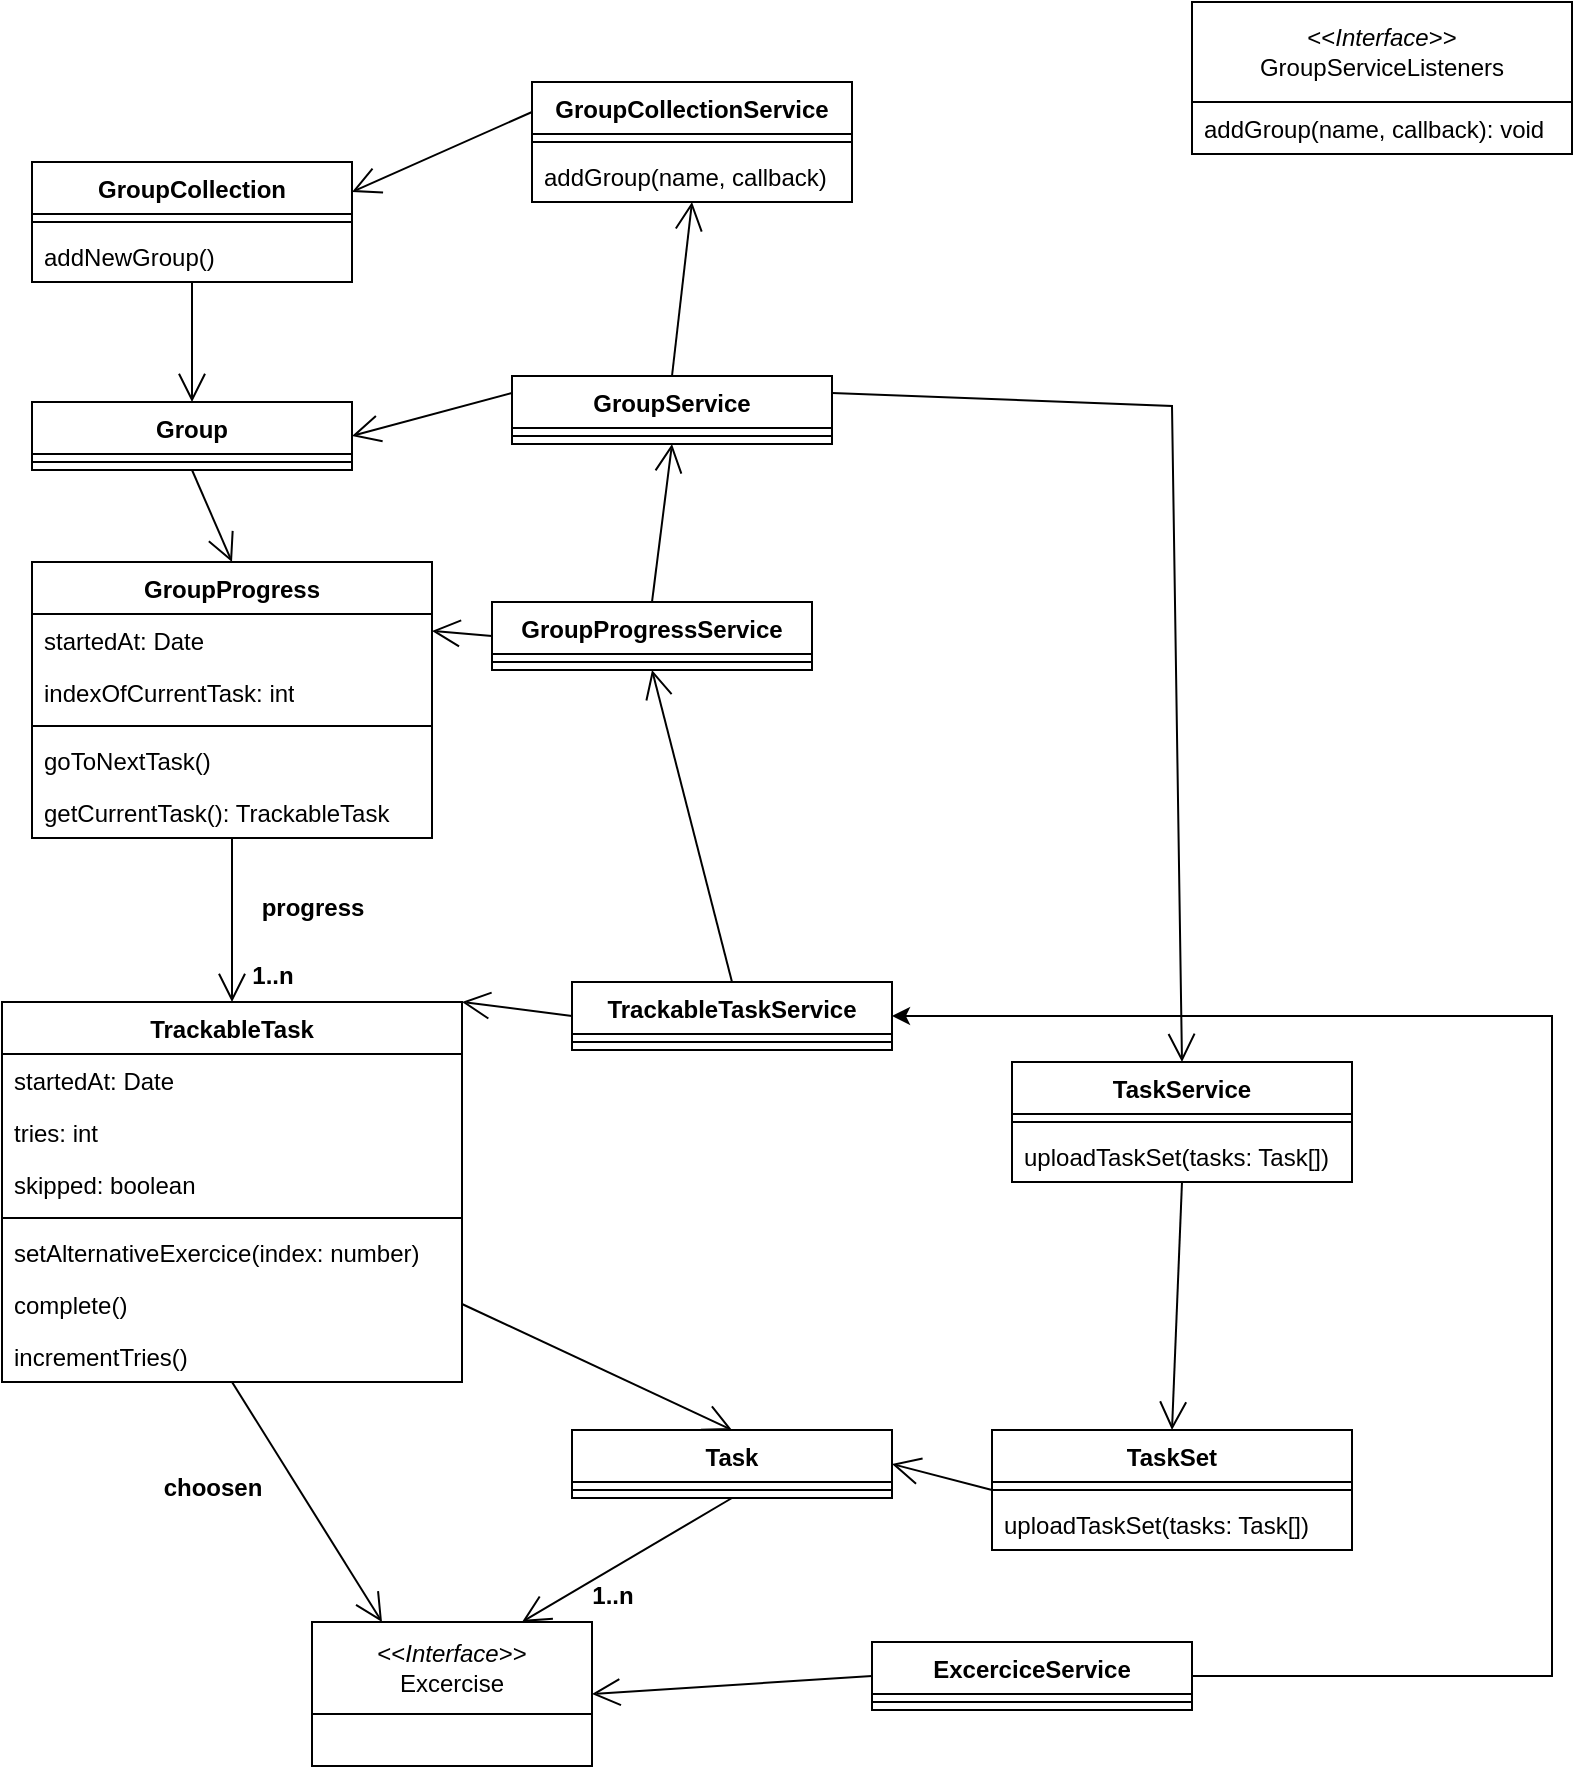
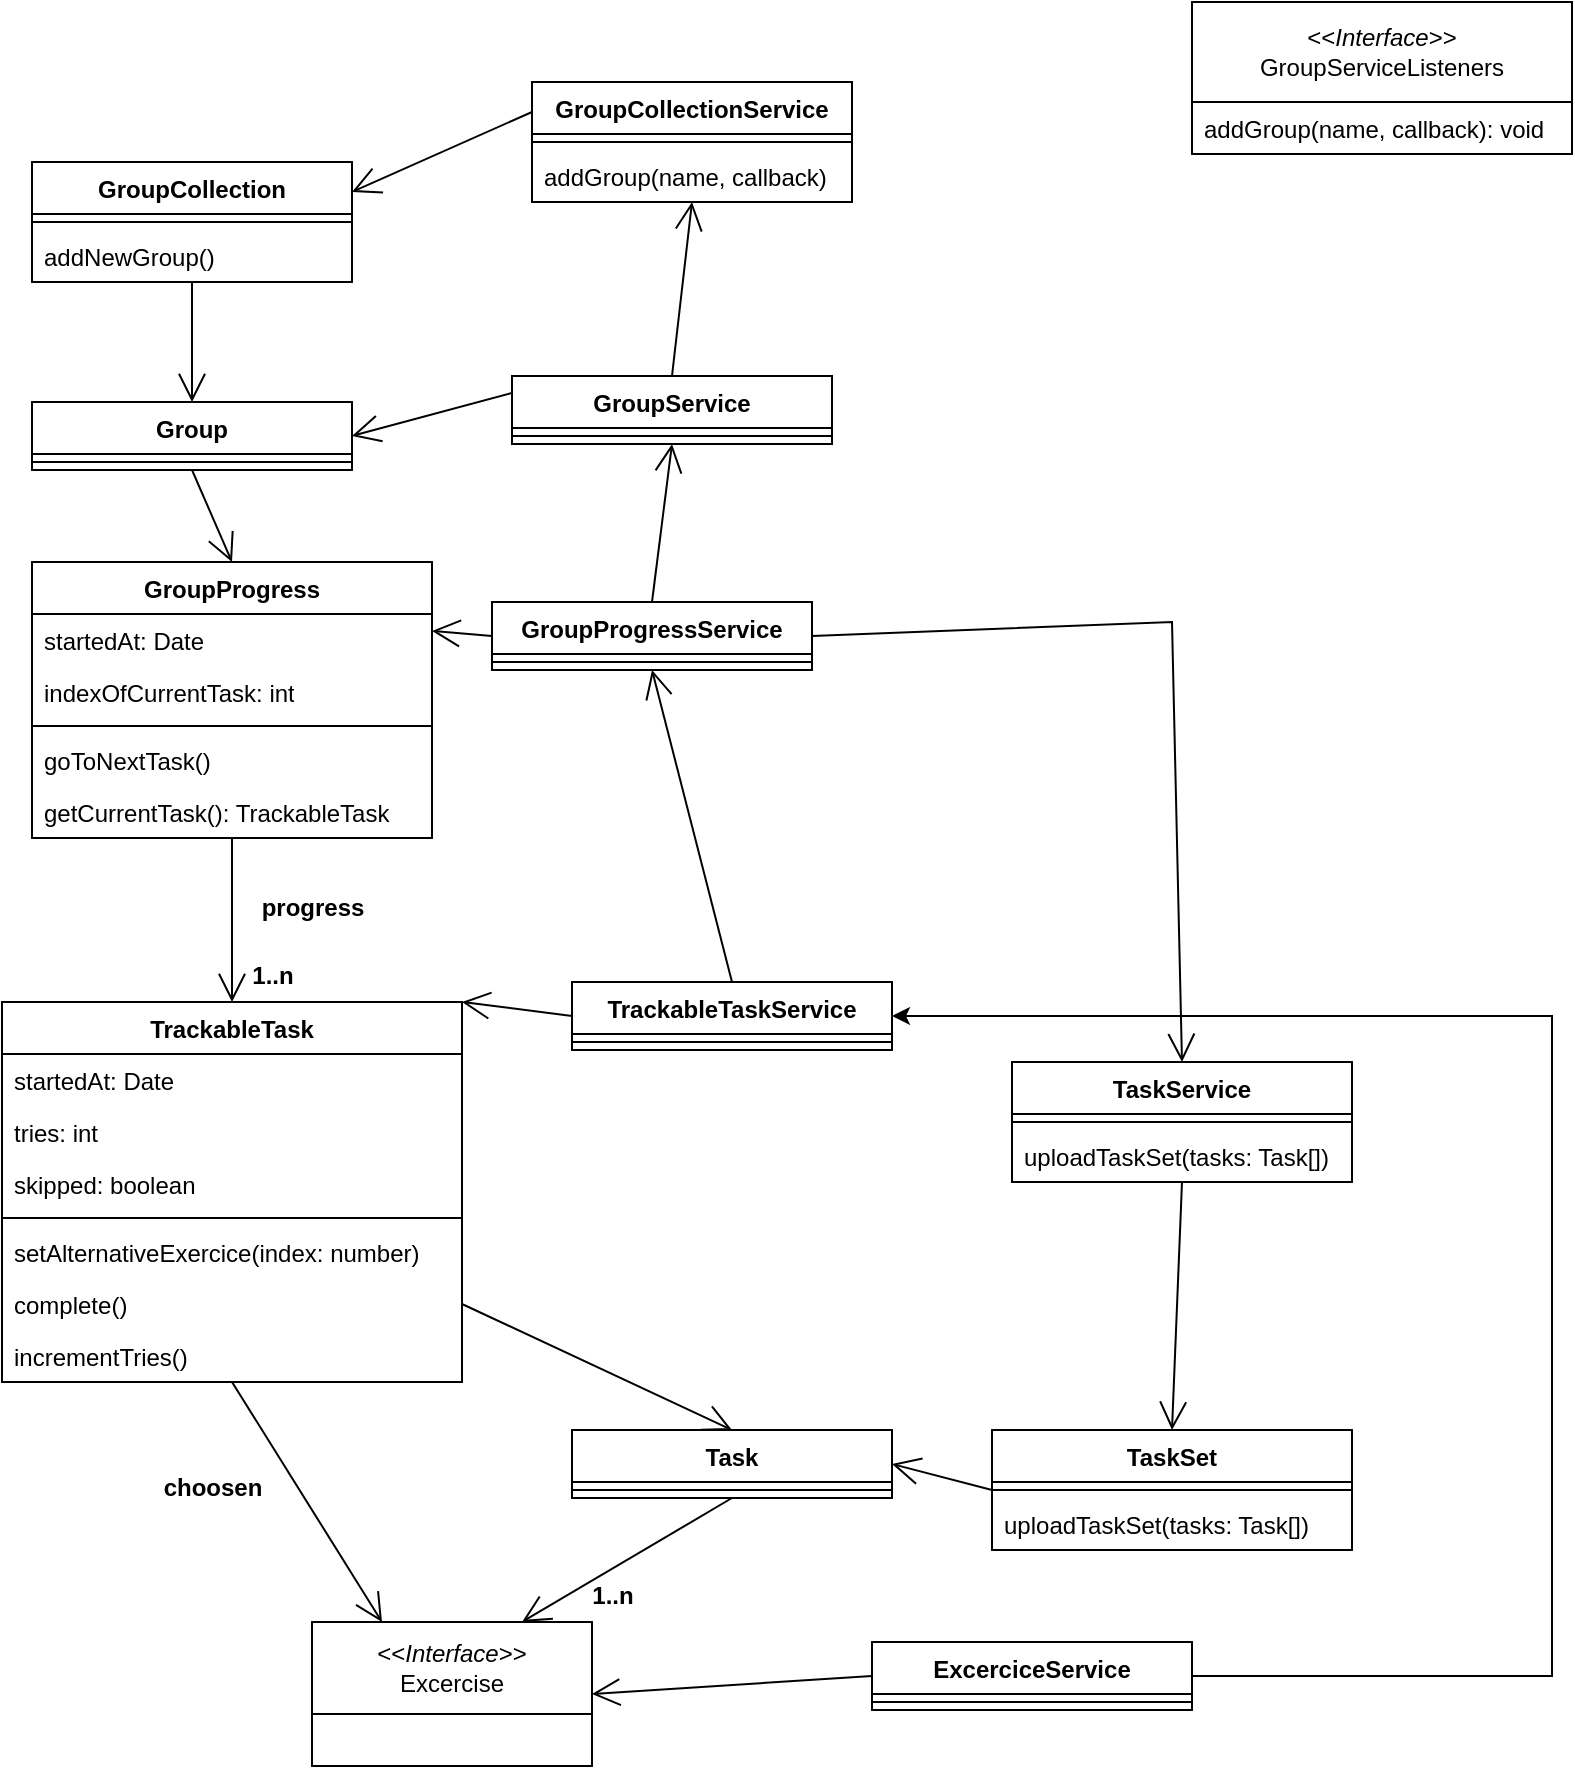
<mxfile host="app.diagrams.net" agent="Mozilla/5.0 (Windows NT 10.0; Win64; x64; rv:133.0) Gecko/20100101 Firefox/133.0" version="25.0.3">
  <diagram id="C5RBs43oDa-KdzZeNtuy" name="Page-1">
-     <mxGraphModel dx="588" dy="341" grid="1" gridSize="10" guides="1" tooltips="1" connect="1" arrows="1" fold="1" page="1" pageScale="1" pageWidth="827" pageHeight="1169" math="0" shadow="0">
+     <mxGraphModel dx="882" dy="512" grid="1" gridSize="10" guides="1" tooltips="1" connect="1" arrows="1" fold="1" page="1" pageScale="1" pageWidth="827" pageHeight="1169" math="0" shadow="0">
      <root>
        <mxCell id="WIyWlLk6GJQsqaUBKTNV-0" />
        <mxCell id="WIyWlLk6GJQsqaUBKTNV-1" parent="WIyWlLk6GJQsqaUBKTNV-0" />
        <mxCell id="2PPdx7-YqYG3QhNQI_HN-14" value="GroupService" style="swimlane;fontStyle=1;align=center;verticalAlign=top;childLayout=stackLayout;horizontal=1;startSize=26;horizontalStack=0;resizeParent=1;resizeParentMax=0;resizeLast=0;collapsible=1;marginBottom=0;whiteSpace=wrap;html=1;" parent="WIyWlLk6GJQsqaUBKTNV-1" vertex="1">
          <mxGeometry x="280" y="227" width="160" height="34" as="geometry" />
        </mxCell>
        <mxCell id="2PPdx7-YqYG3QhNQI_HN-16" value="" style="line;strokeWidth=1;fillColor=none;align=left;verticalAlign=middle;spacingTop=-1;spacingLeft=3;spacingRight=3;rotatable=0;labelPosition=right;points=[];portConstraint=eastwest;strokeColor=inherit;" parent="2PPdx7-YqYG3QhNQI_HN-14" vertex="1">
          <mxGeometry y="26" width="160" height="8" as="geometry" />
        </mxCell>
        <mxCell id="2PPdx7-YqYG3QhNQI_HN-24" value="&lt;div&gt;&amp;lt;&amp;lt;&lt;i&gt;Interface&lt;/i&gt;&amp;gt;&amp;gt;&lt;br&gt;&lt;/div&gt;&lt;div&gt;GroupServiceListeners&lt;/div&gt;" style="swimlane;fontStyle=0;childLayout=stackLayout;horizontal=1;startSize=50;fillColor=none;horizontalStack=0;resizeParent=1;resizeParentMax=0;resizeLast=0;collapsible=1;marginBottom=0;whiteSpace=wrap;html=1;" parent="WIyWlLk6GJQsqaUBKTNV-1" vertex="1">
          <mxGeometry x="620" y="40" width="190" height="76" as="geometry" />
        </mxCell>
        <mxCell id="2PPdx7-YqYG3QhNQI_HN-28" value="addGroup(name, callback): void" style="text;strokeColor=none;fillColor=none;align=left;verticalAlign=top;spacingLeft=4;spacingRight=4;overflow=hidden;rotatable=0;points=[[0,0.5],[1,0.5]];portConstraint=eastwest;whiteSpace=wrap;html=1;" parent="2PPdx7-YqYG3QhNQI_HN-24" vertex="1">
          <mxGeometry y="50" width="190" height="26" as="geometry" />
        </mxCell>
        <mxCell id="V3XAilx2oiw2KiiHJ0iP-3" value="" style="endArrow=open;endFill=1;endSize=12;html=1;rounded=0;exitX=0.5;exitY=1;exitDx=0;exitDy=0;entryX=0.5;entryY=0;entryDx=0;entryDy=0;" parent="WIyWlLk6GJQsqaUBKTNV-1" source="V3XAilx2oiw2KiiHJ0iP-96" target="V3XAilx2oiw2KiiHJ0iP-91" edge="1">
          <mxGeometry width="160" relative="1" as="geometry">
            <mxPoint x="260" y="170" as="sourcePoint" />
            <mxPoint x="280" y="270" as="targetPoint" />
          </mxGeometry>
        </mxCell>
        <mxCell id="V3XAilx2oiw2KiiHJ0iP-28" value="&lt;div&gt;&amp;lt;&amp;lt;&lt;i&gt;Interface&lt;/i&gt;&amp;gt;&amp;gt;&lt;/div&gt;&lt;div&gt;Excercise&lt;/div&gt;" style="swimlane;fontStyle=0;childLayout=stackLayout;horizontal=1;startSize=46;fillColor=none;horizontalStack=0;resizeParent=1;resizeParentMax=0;resizeLast=0;collapsible=1;marginBottom=0;whiteSpace=wrap;html=1;" parent="WIyWlLk6GJQsqaUBKTNV-1" vertex="1">
          <mxGeometry x="180" y="850" width="140" height="72" as="geometry" />
        </mxCell>
        <mxCell id="V3XAilx2oiw2KiiHJ0iP-44" value="choosen" style="text;align=center;fontStyle=1;verticalAlign=middle;spacingLeft=3;spacingRight=3;strokeColor=none;rotatable=0;points=[[0,0.5],[1,0.5]];portConstraint=eastwest;html=1;" parent="WIyWlLk6GJQsqaUBKTNV-1" vertex="1">
          <mxGeometry x="90" y="770" width="80" height="26" as="geometry" />
        </mxCell>
        <mxCell id="V3XAilx2oiw2KiiHJ0iP-63" value="" style="endArrow=open;endFill=1;endSize=12;html=1;rounded=0;entryX=0.5;entryY=0;entryDx=0;entryDy=0;exitX=0.5;exitY=1;exitDx=0;exitDy=0;" parent="WIyWlLk6GJQsqaUBKTNV-1" source="V3XAilx2oiw2KiiHJ0iP-86" target="V3XAilx2oiw2KiiHJ0iP-79" edge="1">
          <mxGeometry width="160" relative="1" as="geometry">
            <mxPoint x="140" y="480" as="sourcePoint" />
            <mxPoint x="120" y="510" as="targetPoint" />
          </mxGeometry>
        </mxCell>
        <mxCell id="V3XAilx2oiw2KiiHJ0iP-65" value="Task" style="swimlane;fontStyle=1;align=center;verticalAlign=top;childLayout=stackLayout;horizontal=1;startSize=26;horizontalStack=0;resizeParent=1;resizeParentMax=0;resizeLast=0;collapsible=1;marginBottom=0;whiteSpace=wrap;html=1;" parent="WIyWlLk6GJQsqaUBKTNV-1" vertex="1">
          <mxGeometry x="310" y="754" width="160" height="34" as="geometry" />
        </mxCell>
        <mxCell id="V3XAilx2oiw2KiiHJ0iP-67" value="" style="line;strokeWidth=1;fillColor=none;align=left;verticalAlign=middle;spacingTop=-1;spacingLeft=3;spacingRight=3;rotatable=0;labelPosition=right;points=[];portConstraint=eastwest;strokeColor=inherit;" parent="V3XAilx2oiw2KiiHJ0iP-65" vertex="1">
          <mxGeometry y="26" width="160" height="8" as="geometry" />
        </mxCell>
        <mxCell id="V3XAilx2oiw2KiiHJ0iP-72" value="TaskSet" style="swimlane;fontStyle=1;align=center;verticalAlign=top;childLayout=stackLayout;horizontal=1;startSize=26;horizontalStack=0;resizeParent=1;resizeParentMax=0;resizeLast=0;collapsible=1;marginBottom=0;whiteSpace=wrap;html=1;" parent="WIyWlLk6GJQsqaUBKTNV-1" vertex="1">
          <mxGeometry x="520" y="754" width="180" height="60" as="geometry" />
        </mxCell>
        <mxCell id="V3XAilx2oiw2KiiHJ0iP-74" value="" style="line;strokeWidth=1;fillColor=none;align=left;verticalAlign=middle;spacingTop=-1;spacingLeft=3;spacingRight=3;rotatable=0;labelPosition=right;points=[];portConstraint=eastwest;strokeColor=inherit;" parent="V3XAilx2oiw2KiiHJ0iP-72" vertex="1">
          <mxGeometry y="26" width="180" height="8" as="geometry" />
        </mxCell>
        <mxCell id="L8xYm_lEtlE9M0N6Z_c4-20" value="uploadTaskSet(tasks: Task[])" style="text;strokeColor=none;fillColor=none;align=left;verticalAlign=top;spacingLeft=4;spacingRight=4;overflow=hidden;rotatable=0;points=[[0,0.5],[1,0.5]];portConstraint=eastwest;whiteSpace=wrap;html=1;" vertex="1" parent="V3XAilx2oiw2KiiHJ0iP-72">
          <mxGeometry y="34" width="180" height="26" as="geometry" />
        </mxCell>
        <mxCell id="V3XAilx2oiw2KiiHJ0iP-79" value="TrackableTask" style="swimlane;fontStyle=1;align=center;verticalAlign=top;childLayout=stackLayout;horizontal=1;startSize=26;horizontalStack=0;resizeParent=1;resizeParentMax=0;resizeLast=0;collapsible=1;marginBottom=0;whiteSpace=wrap;html=1;" parent="WIyWlLk6GJQsqaUBKTNV-1" vertex="1">
          <mxGeometry x="25" y="540" width="230" height="190" as="geometry" />
        </mxCell>
        <mxCell id="V3XAilx2oiw2KiiHJ0iP-83" value="startedAt: Date" style="text;strokeColor=none;fillColor=none;align=left;verticalAlign=top;spacingLeft=4;spacingRight=4;overflow=hidden;rotatable=0;points=[[0,0.5],[1,0.5]];portConstraint=eastwest;whiteSpace=wrap;html=1;" parent="V3XAilx2oiw2KiiHJ0iP-79" vertex="1">
          <mxGeometry y="26" width="230" height="26" as="geometry" />
        </mxCell>
        <mxCell id="V3XAilx2oiw2KiiHJ0iP-84" value="tries: int" style="text;strokeColor=none;fillColor=none;align=left;verticalAlign=top;spacingLeft=4;spacingRight=4;overflow=hidden;rotatable=0;points=[[0,0.5],[1,0.5]];portConstraint=eastwest;whiteSpace=wrap;html=1;" parent="V3XAilx2oiw2KiiHJ0iP-79" vertex="1">
          <mxGeometry y="52" width="230" height="26" as="geometry" />
        </mxCell>
        <mxCell id="V3XAilx2oiw2KiiHJ0iP-85" value="&lt;div&gt;skipped: boolean&lt;/div&gt;" style="text;strokeColor=none;fillColor=none;align=left;verticalAlign=top;spacingLeft=4;spacingRight=4;overflow=hidden;rotatable=0;points=[[0,0.5],[1,0.5]];portConstraint=eastwest;whiteSpace=wrap;html=1;" parent="V3XAilx2oiw2KiiHJ0iP-79" vertex="1">
          <mxGeometry y="78" width="230" height="26" as="geometry" />
        </mxCell>
        <mxCell id="V3XAilx2oiw2KiiHJ0iP-81" value="" style="line;strokeWidth=1;fillColor=none;align=left;verticalAlign=middle;spacingTop=-1;spacingLeft=3;spacingRight=3;rotatable=0;labelPosition=right;points=[];portConstraint=eastwest;strokeColor=inherit;" parent="V3XAilx2oiw2KiiHJ0iP-79" vertex="1">
          <mxGeometry y="104" width="230" height="8" as="geometry" />
        </mxCell>
        <mxCell id="L8xYm_lEtlE9M0N6Z_c4-0" value="setAlternativeExercice(index: number)" style="text;strokeColor=none;fillColor=none;align=left;verticalAlign=top;spacingLeft=4;spacingRight=4;overflow=hidden;rotatable=0;points=[[0,0.5],[1,0.5]];portConstraint=eastwest;whiteSpace=wrap;html=1;" vertex="1" parent="V3XAilx2oiw2KiiHJ0iP-79">
          <mxGeometry y="112" width="230" height="26" as="geometry" />
        </mxCell>
        <mxCell id="L8xYm_lEtlE9M0N6Z_c4-4" value="complete()" style="text;strokeColor=none;fillColor=none;align=left;verticalAlign=top;spacingLeft=4;spacingRight=4;overflow=hidden;rotatable=0;points=[[0,0.5],[1,0.5]];portConstraint=eastwest;whiteSpace=wrap;html=1;" vertex="1" parent="V3XAilx2oiw2KiiHJ0iP-79">
          <mxGeometry y="138" width="230" height="26" as="geometry" />
        </mxCell>
        <mxCell id="L8xYm_lEtlE9M0N6Z_c4-2" value="incrementTries()" style="text;strokeColor=none;fillColor=none;align=left;verticalAlign=top;spacingLeft=4;spacingRight=4;overflow=hidden;rotatable=0;points=[[0,0.5],[1,0.5]];portConstraint=eastwest;whiteSpace=wrap;html=1;" vertex="1" parent="V3XAilx2oiw2KiiHJ0iP-79">
          <mxGeometry y="164" width="230" height="26" as="geometry" />
        </mxCell>
        <mxCell id="V3XAilx2oiw2KiiHJ0iP-86" value="GroupProgress" style="swimlane;fontStyle=1;align=center;verticalAlign=top;childLayout=stackLayout;horizontal=1;startSize=26;horizontalStack=0;resizeParent=1;resizeParentMax=0;resizeLast=0;collapsible=1;marginBottom=0;whiteSpace=wrap;html=1;" parent="WIyWlLk6GJQsqaUBKTNV-1" vertex="1">
          <mxGeometry x="40" y="320" width="200" height="138" as="geometry" />
        </mxCell>
        <mxCell id="L8xYm_lEtlE9M0N6Z_c4-6" value="startedAt: Date" style="text;strokeColor=none;fillColor=none;align=left;verticalAlign=top;spacingLeft=4;spacingRight=4;overflow=hidden;rotatable=0;points=[[0,0.5],[1,0.5]];portConstraint=eastwest;whiteSpace=wrap;html=1;" vertex="1" parent="V3XAilx2oiw2KiiHJ0iP-86">
          <mxGeometry y="26" width="200" height="26" as="geometry" />
        </mxCell>
        <mxCell id="V3XAilx2oiw2KiiHJ0iP-90" value="indexOfCurrentTask: int" style="text;strokeColor=none;fillColor=none;align=left;verticalAlign=top;spacingLeft=4;spacingRight=4;overflow=hidden;rotatable=0;points=[[0,0.5],[1,0.5]];portConstraint=eastwest;whiteSpace=wrap;html=1;" parent="V3XAilx2oiw2KiiHJ0iP-86" vertex="1">
          <mxGeometry y="52" width="200" height="26" as="geometry" />
        </mxCell>
        <mxCell id="V3XAilx2oiw2KiiHJ0iP-88" value="" style="line;strokeWidth=1;fillColor=none;align=left;verticalAlign=middle;spacingTop=-1;spacingLeft=3;spacingRight=3;rotatable=0;labelPosition=right;points=[];portConstraint=eastwest;strokeColor=inherit;" parent="V3XAilx2oiw2KiiHJ0iP-86" vertex="1">
          <mxGeometry y="78" width="200" height="8" as="geometry" />
        </mxCell>
        <mxCell id="L8xYm_lEtlE9M0N6Z_c4-5" value="goToNextTask()" style="text;strokeColor=none;fillColor=none;align=left;verticalAlign=top;spacingLeft=4;spacingRight=4;overflow=hidden;rotatable=0;points=[[0,0.5],[1,0.5]];portConstraint=eastwest;whiteSpace=wrap;html=1;" vertex="1" parent="V3XAilx2oiw2KiiHJ0iP-86">
          <mxGeometry y="86" width="200" height="26" as="geometry" />
        </mxCell>
        <mxCell id="L8xYm_lEtlE9M0N6Z_c4-13" value="getCurrentTask(): TrackableTask" style="text;strokeColor=none;fillColor=none;align=left;verticalAlign=top;spacingLeft=4;spacingRight=4;overflow=hidden;rotatable=0;points=[[0,0.5],[1,0.5]];portConstraint=eastwest;whiteSpace=wrap;html=1;" vertex="1" parent="V3XAilx2oiw2KiiHJ0iP-86">
          <mxGeometry y="112" width="200" height="26" as="geometry" />
        </mxCell>
        <mxCell id="V3XAilx2oiw2KiiHJ0iP-91" value="Group" style="swimlane;fontStyle=1;align=center;verticalAlign=top;childLayout=stackLayout;horizontal=1;startSize=26;horizontalStack=0;resizeParent=1;resizeParentMax=0;resizeLast=0;collapsible=1;marginBottom=0;whiteSpace=wrap;html=1;" parent="WIyWlLk6GJQsqaUBKTNV-1" vertex="1">
          <mxGeometry x="40" y="240" width="160" height="34" as="geometry" />
        </mxCell>
        <mxCell id="V3XAilx2oiw2KiiHJ0iP-93" value="" style="line;strokeWidth=1;fillColor=none;align=left;verticalAlign=middle;spacingTop=-1;spacingLeft=3;spacingRight=3;rotatable=0;labelPosition=right;points=[];portConstraint=eastwest;strokeColor=inherit;" parent="V3XAilx2oiw2KiiHJ0iP-91" vertex="1">
          <mxGeometry y="26" width="160" height="8" as="geometry" />
        </mxCell>
        <mxCell id="V3XAilx2oiw2KiiHJ0iP-95" value="" style="endArrow=open;endFill=1;endSize=12;html=1;rounded=0;exitX=0.5;exitY=1;exitDx=0;exitDy=0;entryX=0.5;entryY=0;entryDx=0;entryDy=0;" parent="WIyWlLk6GJQsqaUBKTNV-1" source="V3XAilx2oiw2KiiHJ0iP-91" target="V3XAilx2oiw2KiiHJ0iP-86" edge="1">
          <mxGeometry width="160" relative="1" as="geometry">
            <mxPoint x="270" y="360" as="sourcePoint" />
            <mxPoint x="430" y="360" as="targetPoint" />
          </mxGeometry>
        </mxCell>
        <mxCell id="V3XAilx2oiw2KiiHJ0iP-96" value="&lt;div&gt;GroupCollection&lt;/div&gt;" style="swimlane;fontStyle=1;align=center;verticalAlign=top;childLayout=stackLayout;horizontal=1;startSize=26;horizontalStack=0;resizeParent=1;resizeParentMax=0;resizeLast=0;collapsible=1;marginBottom=0;whiteSpace=wrap;html=1;" parent="WIyWlLk6GJQsqaUBKTNV-1" vertex="1">
          <mxGeometry x="40" y="120" width="160" height="60" as="geometry" />
        </mxCell>
        <mxCell id="V3XAilx2oiw2KiiHJ0iP-98" value="" style="line;strokeWidth=1;fillColor=none;align=left;verticalAlign=middle;spacingTop=-1;spacingLeft=3;spacingRight=3;rotatable=0;labelPosition=right;points=[];portConstraint=eastwest;strokeColor=inherit;" parent="V3XAilx2oiw2KiiHJ0iP-96" vertex="1">
          <mxGeometry y="26" width="160" height="8" as="geometry" />
        </mxCell>
        <mxCell id="V3XAilx2oiw2KiiHJ0iP-101" value="addNewGroup()" style="text;strokeColor=none;fillColor=none;align=left;verticalAlign=top;spacingLeft=4;spacingRight=4;overflow=hidden;rotatable=0;points=[[0,0.5],[1,0.5]];portConstraint=eastwest;whiteSpace=wrap;html=1;" parent="V3XAilx2oiw2KiiHJ0iP-96" vertex="1">
          <mxGeometry y="34" width="160" height="26" as="geometry" />
        </mxCell>
        <mxCell id="V3XAilx2oiw2KiiHJ0iP-102" value="" style="endArrow=open;endFill=1;endSize=12;html=1;rounded=0;entryX=1;entryY=0.5;entryDx=0;entryDy=0;exitX=0;exitY=0.5;exitDx=0;exitDy=0;" parent="WIyWlLk6GJQsqaUBKTNV-1" source="V3XAilx2oiw2KiiHJ0iP-72" target="V3XAilx2oiw2KiiHJ0iP-65" edge="1">
          <mxGeometry width="160" relative="1" as="geometry">
            <mxPoint x="90" y="802" as="sourcePoint" />
            <mxPoint x="250" y="802" as="targetPoint" />
          </mxGeometry>
        </mxCell>
        <mxCell id="V3XAilx2oiw2KiiHJ0iP-103" value="TaskService" style="swimlane;fontStyle=1;align=center;verticalAlign=top;childLayout=stackLayout;horizontal=1;startSize=26;horizontalStack=0;resizeParent=1;resizeParentMax=0;resizeLast=0;collapsible=1;marginBottom=0;whiteSpace=wrap;html=1;" parent="WIyWlLk6GJQsqaUBKTNV-1" vertex="1">
          <mxGeometry x="530" y="570" width="170" height="60" as="geometry" />
        </mxCell>
        <mxCell id="V3XAilx2oiw2KiiHJ0iP-105" value="" style="line;strokeWidth=1;fillColor=none;align=left;verticalAlign=middle;spacingTop=-1;spacingLeft=3;spacingRight=3;rotatable=0;labelPosition=right;points=[];portConstraint=eastwest;strokeColor=inherit;" parent="V3XAilx2oiw2KiiHJ0iP-103" vertex="1">
          <mxGeometry y="26" width="170" height="8" as="geometry" />
        </mxCell>
        <mxCell id="L8xYm_lEtlE9M0N6Z_c4-19" value="uploadTaskSet(tasks: Task[])" style="text;strokeColor=none;fillColor=none;align=left;verticalAlign=top;spacingLeft=4;spacingRight=4;overflow=hidden;rotatable=0;points=[[0,0.5],[1,0.5]];portConstraint=eastwest;whiteSpace=wrap;html=1;" vertex="1" parent="V3XAilx2oiw2KiiHJ0iP-103">
          <mxGeometry y="34" width="170" height="26" as="geometry" />
        </mxCell>
        <mxCell id="V3XAilx2oiw2KiiHJ0iP-107" value="" style="endArrow=open;endFill=1;endSize=12;html=1;rounded=0;exitX=0.5;exitY=1;exitDx=0;exitDy=0;entryX=0.5;entryY=0;entryDx=0;entryDy=0;" parent="WIyWlLk6GJQsqaUBKTNV-1" source="V3XAilx2oiw2KiiHJ0iP-103" target="V3XAilx2oiw2KiiHJ0iP-72" edge="1">
          <mxGeometry width="160" relative="1" as="geometry">
            <mxPoint x="330" y="720" as="sourcePoint" />
            <mxPoint x="360" y="680" as="targetPoint" />
          </mxGeometry>
        </mxCell>
        <mxCell id="V3XAilx2oiw2KiiHJ0iP-108" value="GroupProgressService" style="swimlane;fontStyle=1;align=center;verticalAlign=top;childLayout=stackLayout;horizontal=1;startSize=26;horizontalStack=0;resizeParent=1;resizeParentMax=0;resizeLast=0;collapsible=1;marginBottom=0;whiteSpace=wrap;html=1;" parent="WIyWlLk6GJQsqaUBKTNV-1" vertex="1">
          <mxGeometry x="270" y="340" width="160" height="34" as="geometry" />
        </mxCell>
        <mxCell id="V3XAilx2oiw2KiiHJ0iP-110" value="" style="line;strokeWidth=1;fillColor=none;align=left;verticalAlign=middle;spacingTop=-1;spacingLeft=3;spacingRight=3;rotatable=0;labelPosition=right;points=[];portConstraint=eastwest;strokeColor=inherit;" parent="V3XAilx2oiw2KiiHJ0iP-108" vertex="1">
          <mxGeometry y="26" width="160" height="8" as="geometry" />
        </mxCell>
        <mxCell id="V3XAilx2oiw2KiiHJ0iP-112" value="" style="endArrow=open;endFill=1;endSize=12;html=1;rounded=0;exitX=0;exitY=0.5;exitDx=0;exitDy=0;entryX=1;entryY=0.25;entryDx=0;entryDy=0;" parent="WIyWlLk6GJQsqaUBKTNV-1" source="V3XAilx2oiw2KiiHJ0iP-108" target="V3XAilx2oiw2KiiHJ0iP-86" edge="1">
          <mxGeometry width="160" relative="1" as="geometry">
            <mxPoint x="330" y="550" as="sourcePoint" />
            <mxPoint x="490" y="550" as="targetPoint" />
          </mxGeometry>
        </mxCell>
        <mxCell id="V3XAilx2oiw2KiiHJ0iP-117" value="" style="endArrow=open;endFill=1;endSize=12;html=1;rounded=0;exitX=0.5;exitY=0;exitDx=0;exitDy=0;entryX=0.5;entryY=1;entryDx=0;entryDy=0;" parent="WIyWlLk6GJQsqaUBKTNV-1" source="V3XAilx2oiw2KiiHJ0iP-108" target="2PPdx7-YqYG3QhNQI_HN-14" edge="1">
          <mxGeometry width="160" relative="1" as="geometry">
            <mxPoint x="400" y="380" as="sourcePoint" />
            <mxPoint x="380" y="330" as="targetPoint" />
          </mxGeometry>
        </mxCell>
-         <mxCell id="V3XAilx2oiw2KiiHJ0iP-119" value="" style="endArrow=open;endFill=1;endSize=12;html=1;rounded=0;exitX=1;exitY=0.25;exitDx=0;exitDy=0;entryX=0.5;entryY=0;entryDx=0;entryDy=0;" parent="WIyWlLk6GJQsqaUBKTNV-1" source="2PPdx7-YqYG3QhNQI_HN-14" target="V3XAilx2oiw2KiiHJ0iP-103" edge="1">
+         <mxCell id="V3XAilx2oiw2KiiHJ0iP-119" value="" style="endArrow=open;endFill=1;endSize=12;html=1;rounded=0;exitX=1;exitY=0.5;exitDx=0;exitDy=0;entryX=0.5;entryY=0;entryDx=0;entryDy=0;" parent="WIyWlLk6GJQsqaUBKTNV-1" source="V3XAilx2oiw2KiiHJ0iP-108" target="V3XAilx2oiw2KiiHJ0iP-103" edge="1">
          <mxGeometry width="160" relative="1" as="geometry">
            <mxPoint x="270" y="500" as="sourcePoint" />
            <mxPoint x="600" y="440" as="targetPoint" />
            <Array as="points">
-               <mxPoint x="610" y="242" />
+               <mxPoint x="610" y="350" />
            </Array>
          </mxGeometry>
        </mxCell>
        <mxCell id="V3XAilx2oiw2KiiHJ0iP-121" value="" style="endArrow=open;endFill=1;endSize=12;html=1;rounded=0;exitX=0;exitY=0.25;exitDx=0;exitDy=0;entryX=1;entryY=0.5;entryDx=0;entryDy=0;" parent="WIyWlLk6GJQsqaUBKTNV-1" source="2PPdx7-YqYG3QhNQI_HN-14" target="V3XAilx2oiw2KiiHJ0iP-91" edge="1">
          <mxGeometry width="160" relative="1" as="geometry">
            <mxPoint x="350" y="360" as="sourcePoint" />
            <mxPoint x="510" y="360" as="targetPoint" />
          </mxGeometry>
        </mxCell>
        <mxCell id="KjGE56Se4uq9LBmGyXKQ-1" value="" style="endArrow=open;endFill=1;endSize=12;html=1;rounded=0;entryX=0.75;entryY=0;entryDx=0;entryDy=0;exitX=0.5;exitY=1;exitDx=0;exitDy=0;" parent="WIyWlLk6GJQsqaUBKTNV-1" source="V3XAilx2oiw2KiiHJ0iP-65" target="V3XAilx2oiw2KiiHJ0iP-28" edge="1">
          <mxGeometry width="160" relative="1" as="geometry">
            <mxPoint x="220" y="740" as="sourcePoint" />
            <mxPoint x="380" y="740" as="targetPoint" />
          </mxGeometry>
        </mxCell>
        <mxCell id="KjGE56Se4uq9LBmGyXKQ-2" value="1..n" style="text;align=center;fontStyle=1;verticalAlign=middle;spacingLeft=3;spacingRight=3;strokeColor=none;rotatable=0;points=[[0,0.5],[1,0.5]];portConstraint=eastwest;html=1;" parent="WIyWlLk6GJQsqaUBKTNV-1" vertex="1">
          <mxGeometry x="290" y="824" width="80" height="26" as="geometry" />
        </mxCell>
        <mxCell id="KjGE56Se4uq9LBmGyXKQ-3" value="" style="endArrow=open;endFill=1;endSize=12;html=1;rounded=0;exitX=0.5;exitY=1;exitDx=0;exitDy=0;entryX=0.25;entryY=0;entryDx=0;entryDy=0;" parent="WIyWlLk6GJQsqaUBKTNV-1" source="V3XAilx2oiw2KiiHJ0iP-79" target="V3XAilx2oiw2KiiHJ0iP-28" edge="1">
          <mxGeometry width="160" relative="1" as="geometry">
            <mxPoint x="250" y="740" as="sourcePoint" />
            <mxPoint x="410" y="740" as="targetPoint" />
          </mxGeometry>
        </mxCell>
        <mxCell id="KjGE56Se4uq9LBmGyXKQ-4" value="" style="endArrow=open;endFill=1;endSize=12;html=1;rounded=0;entryX=0.5;entryY=0;entryDx=0;entryDy=0;exitX=1;exitY=0.5;exitDx=0;exitDy=0;" parent="WIyWlLk6GJQsqaUBKTNV-1" target="V3XAilx2oiw2KiiHJ0iP-65" edge="1" source="L8xYm_lEtlE9M0N6Z_c4-4">
          <mxGeometry width="160" relative="1" as="geometry">
            <mxPoint x="200" y="548" as="sourcePoint" />
            <mxPoint x="410" y="740" as="targetPoint" />
          </mxGeometry>
        </mxCell>
        <mxCell id="L8xYm_lEtlE9M0N6Z_c4-29" style="edgeStyle=orthogonalEdgeStyle;rounded=0;orthogonalLoop=1;jettySize=auto;html=1;exitX=1;exitY=0.5;exitDx=0;exitDy=0;entryX=1;entryY=0.5;entryDx=0;entryDy=0;" edge="1" parent="WIyWlLk6GJQsqaUBKTNV-1" source="L8xYm_lEtlE9M0N6Z_c4-8" target="L8xYm_lEtlE9M0N6Z_c4-21">
          <mxGeometry relative="1" as="geometry">
            <Array as="points">
              <mxPoint x="800" y="877" />
              <mxPoint x="800" y="547" />
            </Array>
          </mxGeometry>
        </mxCell>
        <mxCell id="L8xYm_lEtlE9M0N6Z_c4-8" value="ExcerciceService" style="swimlane;fontStyle=1;align=center;verticalAlign=top;childLayout=stackLayout;horizontal=1;startSize=26;horizontalStack=0;resizeParent=1;resizeParentMax=0;resizeLast=0;collapsible=1;marginBottom=0;whiteSpace=wrap;html=1;" vertex="1" parent="WIyWlLk6GJQsqaUBKTNV-1">
          <mxGeometry x="460" y="860" width="160" height="34" as="geometry" />
        </mxCell>
        <mxCell id="L8xYm_lEtlE9M0N6Z_c4-10" value="" style="line;strokeWidth=1;fillColor=none;align=left;verticalAlign=middle;spacingTop=-1;spacingLeft=3;spacingRight=3;rotatable=0;labelPosition=right;points=[];portConstraint=eastwest;strokeColor=inherit;" vertex="1" parent="L8xYm_lEtlE9M0N6Z_c4-8">
          <mxGeometry y="26" width="160" height="8" as="geometry" />
        </mxCell>
        <mxCell id="L8xYm_lEtlE9M0N6Z_c4-14" value="progress" style="text;align=center;fontStyle=1;verticalAlign=middle;spacingLeft=3;spacingRight=3;strokeColor=none;rotatable=0;points=[[0,0.5],[1,0.5]];portConstraint=eastwest;html=1;" vertex="1" parent="WIyWlLk6GJQsqaUBKTNV-1">
          <mxGeometry x="140" y="480" width="80" height="26" as="geometry" />
        </mxCell>
        <mxCell id="L8xYm_lEtlE9M0N6Z_c4-15" value="1..n" style="text;align=center;fontStyle=1;verticalAlign=middle;spacingLeft=3;spacingRight=3;strokeColor=none;rotatable=0;points=[[0,0.5],[1,0.5]];portConstraint=eastwest;html=1;" vertex="1" parent="WIyWlLk6GJQsqaUBKTNV-1">
          <mxGeometry x="120" y="514" width="80" height="26" as="geometry" />
        </mxCell>
        <mxCell id="L8xYm_lEtlE9M0N6Z_c4-17" value="" style="endArrow=open;endFill=1;endSize=12;html=1;rounded=0;exitX=0;exitY=0.5;exitDx=0;exitDy=0;entryX=1;entryY=0.5;entryDx=0;entryDy=0;" edge="1" parent="WIyWlLk6GJQsqaUBKTNV-1" source="L8xYm_lEtlE9M0N6Z_c4-8" target="V3XAilx2oiw2KiiHJ0iP-28">
          <mxGeometry width="160" relative="1" as="geometry">
            <mxPoint x="240" y="910" as="sourcePoint" />
            <mxPoint x="400" y="910" as="targetPoint" />
          </mxGeometry>
        </mxCell>
        <mxCell id="L8xYm_lEtlE9M0N6Z_c4-21" value="TrackableTaskService" style="swimlane;fontStyle=1;align=center;verticalAlign=top;childLayout=stackLayout;horizontal=1;startSize=26;horizontalStack=0;resizeParent=1;resizeParentMax=0;resizeLast=0;collapsible=1;marginBottom=0;whiteSpace=wrap;html=1;" vertex="1" parent="WIyWlLk6GJQsqaUBKTNV-1">
          <mxGeometry x="310" y="530" width="160" height="34" as="geometry" />
        </mxCell>
        <mxCell id="L8xYm_lEtlE9M0N6Z_c4-23" value="" style="line;strokeWidth=1;fillColor=none;align=left;verticalAlign=middle;spacingTop=-1;spacingLeft=3;spacingRight=3;rotatable=0;labelPosition=right;points=[];portConstraint=eastwest;strokeColor=inherit;" vertex="1" parent="L8xYm_lEtlE9M0N6Z_c4-21">
          <mxGeometry y="26" width="160" height="8" as="geometry" />
        </mxCell>
        <mxCell id="L8xYm_lEtlE9M0N6Z_c4-25" value="" style="endArrow=open;endFill=1;endSize=12;html=1;rounded=0;exitX=0;exitY=0.5;exitDx=0;exitDy=0;entryX=1;entryY=0;entryDx=0;entryDy=0;" edge="1" parent="WIyWlLk6GJQsqaUBKTNV-1" source="L8xYm_lEtlE9M0N6Z_c4-21" target="V3XAilx2oiw2KiiHJ0iP-79">
          <mxGeometry width="160" relative="1" as="geometry">
            <mxPoint x="340" y="630" as="sourcePoint" />
            <mxPoint x="300" y="610" as="targetPoint" />
          </mxGeometry>
        </mxCell>
        <mxCell id="L8xYm_lEtlE9M0N6Z_c4-28" value="" style="endArrow=open;endFill=1;endSize=12;html=1;rounded=0;exitX=0.5;exitY=0;exitDx=0;exitDy=0;entryX=0.5;entryY=1;entryDx=0;entryDy=0;" edge="1" parent="WIyWlLk6GJQsqaUBKTNV-1" source="L8xYm_lEtlE9M0N6Z_c4-21" target="V3XAilx2oiw2KiiHJ0iP-108">
          <mxGeometry width="160" relative="1" as="geometry">
            <mxPoint x="250" y="460" as="sourcePoint" />
            <mxPoint x="350" y="390" as="targetPoint" />
          </mxGeometry>
        </mxCell>
        <mxCell id="L8xYm_lEtlE9M0N6Z_c4-30" value="GroupCollectionService" style="swimlane;fontStyle=1;align=center;verticalAlign=top;childLayout=stackLayout;horizontal=1;startSize=26;horizontalStack=0;resizeParent=1;resizeParentMax=0;resizeLast=0;collapsible=1;marginBottom=0;whiteSpace=wrap;html=1;" vertex="1" parent="WIyWlLk6GJQsqaUBKTNV-1">
          <mxGeometry x="290" y="80" width="160" height="60" as="geometry" />
        </mxCell>
        <mxCell id="L8xYm_lEtlE9M0N6Z_c4-32" value="" style="line;strokeWidth=1;fillColor=none;align=left;verticalAlign=middle;spacingTop=-1;spacingLeft=3;spacingRight=3;rotatable=0;labelPosition=right;points=[];portConstraint=eastwest;strokeColor=inherit;" vertex="1" parent="L8xYm_lEtlE9M0N6Z_c4-30">
          <mxGeometry y="26" width="160" height="8" as="geometry" />
        </mxCell>
        <mxCell id="L8xYm_lEtlE9M0N6Z_c4-34" value="addGroup(name, callback)" style="text;strokeColor=none;fillColor=none;align=left;verticalAlign=top;spacingLeft=4;spacingRight=4;overflow=hidden;rotatable=0;points=[[0,0.5],[1,0.5]];portConstraint=eastwest;whiteSpace=wrap;html=1;" vertex="1" parent="L8xYm_lEtlE9M0N6Z_c4-30">
          <mxGeometry y="34" width="160" height="26" as="geometry" />
        </mxCell>
        <mxCell id="L8xYm_lEtlE9M0N6Z_c4-35" value="" style="endArrow=open;endFill=1;endSize=12;html=1;rounded=0;exitX=0;exitY=0.25;exitDx=0;exitDy=0;entryX=1;entryY=0.25;entryDx=0;entryDy=0;" edge="1" parent="WIyWlLk6GJQsqaUBKTNV-1" source="L8xYm_lEtlE9M0N6Z_c4-30" target="V3XAilx2oiw2KiiHJ0iP-96">
          <mxGeometry width="160" relative="1" as="geometry">
            <mxPoint x="330" y="380" as="sourcePoint" />
            <mxPoint x="490" y="380" as="targetPoint" />
          </mxGeometry>
        </mxCell>
        <mxCell id="L8xYm_lEtlE9M0N6Z_c4-36" value="" style="endArrow=open;endFill=1;endSize=12;html=1;rounded=0;exitX=0.5;exitY=0;exitDx=0;exitDy=0;entryX=0.5;entryY=1;entryDx=0;entryDy=0;" edge="1" parent="WIyWlLk6GJQsqaUBKTNV-1" source="2PPdx7-YqYG3QhNQI_HN-14" target="L8xYm_lEtlE9M0N6Z_c4-30">
          <mxGeometry width="160" relative="1" as="geometry">
            <mxPoint x="330" y="380" as="sourcePoint" />
            <mxPoint x="360" y="160" as="targetPoint" />
          </mxGeometry>
        </mxCell>
      </root>
    </mxGraphModel>
  </diagram>
</mxfile>
